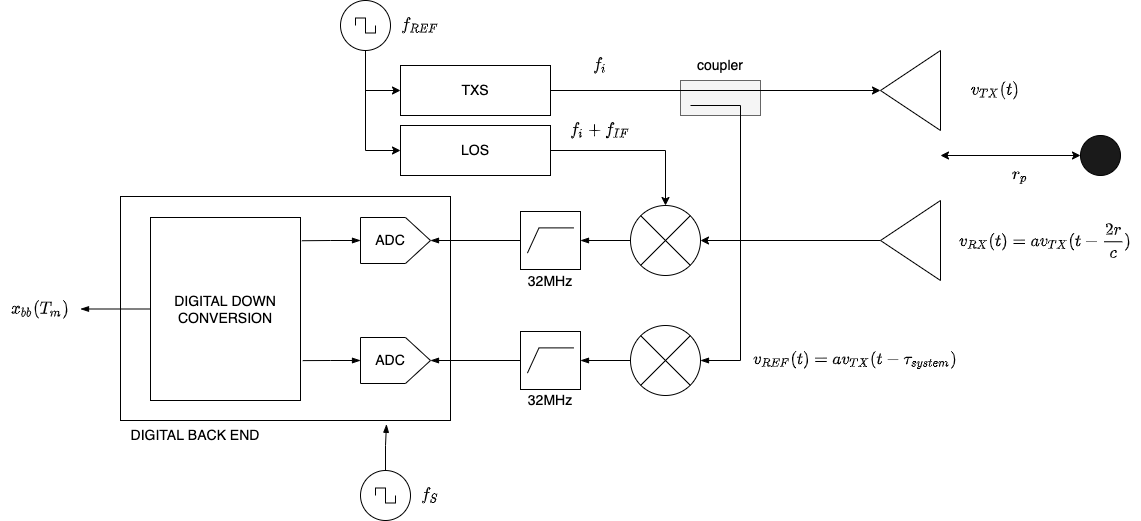
Above: doc/assets/signal_processing_model.png in jleppert/radar_modelling (draw.io), before the change. Source tidied: cells renumbered, new cells last; positions are measured from the earlier drawing's top-left corner, leaving out a move shared by most shapes. Its diagram source:
```xml
<mxGraphModel math="1">
  <root>
    <mxCell id="0" />
    <mxCell id="1" parent="0" />
    <mxCell id="2" style="rounded=0;whiteSpace=wrap;html=1;fontSize=14;fillColor=none;" parent="1" vertex="1">
      <mxGeometry x="120" y="196" width="330" height="224" as="geometry" />
    </mxCell>
    <mxCell id="3" style="rounded=0;whiteSpace=wrap;html=1;fontSize=14;fillColor=#f5f5f5;fontColor=#333333;strokeColor=#666666;" parent="1" vertex="1">
      <mxGeometry x="680" y="80" width="80" height="35" as="geometry" />
    </mxCell>
    <mxCell id="4" style="edgeStyle=orthogonalEdgeStyle;rounded=0;jettySize=auto;html=1;entryX=1;entryY=0.5;entryDx=0;entryDy=0;entryPerimeter=0;fontSize=14;startArrow=none;startFill=0;endArrow=blockThin;endFill=1;" parent="1" edge="1" source="5" target="30">
      <mxGeometry relative="1" as="geometry" />
    </mxCell>
    <mxCell id="5" style="verticalLabelPosition=bottom;shadow=0;dashed=0;align=center;html=1;verticalAlign=top;shape=mxgraph.electrical.abstract.multiplier;" parent="1" vertex="1">
      <mxGeometry x="630" y="205" width="70" height="70" as="geometry" />
    </mxCell>
    <mxCell id="6" style="edgeStyle=orthogonalEdgeStyle;rounded=0;jettySize=auto;html=1;entryX=1;entryY=0.5;entryDx=0;entryDy=0;fontSize=14;" parent="1" edge="1" source="7" target="8">
      <mxGeometry relative="1" as="geometry" />
    </mxCell>
    <mxCell id="7" value="TXS" style="rounded=0;whiteSpace=wrap;html=1;fontSize=14;" parent="1" vertex="1">
      <mxGeometry x="400" y="65" width="150" height="50" as="geometry" />
    </mxCell>
    <mxCell id="8" style="triangle;whiteSpace=wrap;html=1;fontSize=14;rotation=-180;" parent="1" vertex="1">
      <mxGeometry x="880" y="50" width="60" height="80" as="geometry" />
    </mxCell>
    <mxCell id="9" style="edgeStyle=orthogonalEdgeStyle;rounded=0;jettySize=auto;html=1;entryX=1;entryY=0.5;entryDx=0;entryDy=0;entryPerimeter=0;fontSize=14;" parent="1" edge="1" source="10" target="5">
      <mxGeometry relative="1" as="geometry" />
    </mxCell>
    <mxCell id="10" style="triangle;whiteSpace=wrap;html=1;fontSize=14;rotation=-180;" parent="1" vertex="1">
      <mxGeometry x="880" y="200" width="60" height="80" as="geometry" />
    </mxCell>
    <mxCell id="11" style="edgeStyle=orthogonalEdgeStyle;rounded=0;jettySize=auto;html=1;entryX=0.5;entryY=0;entryDx=0;entryDy=0;entryPerimeter=0;fontSize=14;" parent="1" edge="1" source="12" target="5">
      <mxGeometry relative="1" as="geometry" />
    </mxCell>
    <mxCell id="12" value="LOS" style="rounded=0;whiteSpace=wrap;html=1;fontSize=14;" parent="1" vertex="1">
      <mxGeometry x="400" y="125" width="150" height="50" as="geometry" />
    </mxCell>
    <mxCell id="13" style="edgeStyle=orthogonalEdgeStyle;rounded=0;jettySize=auto;html=1;entryX=1;entryY=0.5;entryDx=0;entryDy=0;entryPerimeter=0;fontSize=14;startArrow=none;startFill=0;endArrow=blockThin;endFill=1;" parent="1" edge="1" source="14" target="32">
      <mxGeometry relative="1" as="geometry" />
    </mxCell>
    <mxCell id="14" style="verticalLabelPosition=bottom;shadow=0;dashed=0;align=center;html=1;verticalAlign=top;shape=mxgraph.electrical.abstract.multiplier;" parent="1" vertex="1">
      <mxGeometry x="630" y="325" width="70" height="70" as="geometry" />
    </mxCell>
    <mxCell id="15" style="endArrow=none;html=1;rounded=0;fontSize=14;" parent="1" edge="1">
      <mxGeometry relative="1" as="geometry">
        <mxPoint x="690" y="105" as="sourcePoint" />
        <mxPoint x="740" y="105" as="targetPoint" />
      </mxGeometry>
    </mxCell>
    <mxCell id="16" style="endArrow=none;html=1;rounded=0;fontSize=14;exitX=1;exitY=0.5;exitDx=0;exitDy=0;exitPerimeter=0;horizontal=1;endFill=0;startArrow=blockThin;startFill=1;" parent="1" edge="1" source="14">
      <mxGeometry relative="1" as="geometry">
        <mxPoint x="740" y="105" as="targetPoint" />
        <Array as="points">
          <mxPoint x="740" y="360" />
        </Array>
      </mxGeometry>
    </mxCell>
    <mxCell id="17" value="coupler" style="text;html=1;strokeColor=none;fillColor=none;align=center;verticalAlign=middle;whiteSpace=wrap;rounded=0;fontSize=14;" parent="1" vertex="1">
      <mxGeometry x="690" y="50" width="60" height="30" as="geometry" />
    </mxCell>
    <mxCell id="18" style="ellipse;whiteSpace=wrap;html=1;fontSize=14;fillColor=#1A1A1A;" parent="1" vertex="1">
      <mxGeometry x="1080" y="135" width="40" height="40" as="geometry" />
    </mxCell>
    <mxCell id="19" style="endArrow=classic;startArrow=classic;html=1;rounded=0;fontSize=14;entryX=0;entryY=0.5;entryDx=0;entryDy=0;" parent="1" edge="1" target="18">
      <mxGeometry relative="1" as="geometry">
        <mxPoint x="940" y="155" as="sourcePoint" />
      </mxGeometry>
    </mxCell>
    <mxCell id="20" value="$$r_p$$" style="text;html=1;strokeColor=none;fillColor=none;align=center;verticalAlign=middle;whiteSpace=wrap;rounded=0;fontSize=14;" parent="1" vertex="1">
      <mxGeometry x="990" y="160" width="60" height="30" as="geometry" />
    </mxCell>
    <mxCell id="21" value="$$v_{TX}(t)$$" style="text;html=1;strokeColor=none;fillColor=none;align=center;verticalAlign=middle;whiteSpace=wrap;rounded=0;fontSize=14;" parent="1" vertex="1">
      <mxGeometry x="900" y="75" width="190" height="30" as="geometry" />
    </mxCell>
    <mxCell id="22" value="$$v_{RX}(t) = av_{TX}(t-\frac{2r}{c})$$" style="text;html=1;strokeColor=none;fillColor=none;align=center;verticalAlign=middle;whiteSpace=wrap;rounded=0;fontSize=14;" parent="1" vertex="1">
      <mxGeometry x="950" y="225" width="190" height="30" as="geometry" />
    </mxCell>
    <mxCell id="23" value="$$v_{REF}(t) = av_{TX}(t-\tau_{system})$$" style="text;html=1;strokeColor=none;fillColor=none;align=center;verticalAlign=middle;whiteSpace=wrap;rounded=0;fontSize=14;" parent="1" vertex="1">
      <mxGeometry x="760" y="345" width="190" height="30" as="geometry" />
    </mxCell>
    <mxCell id="24" value="$$f_i$$" style="text;html=1;strokeColor=none;fillColor=none;align=center;verticalAlign=middle;whiteSpace=wrap;rounded=0;fontSize=14;" parent="1" vertex="1">
      <mxGeometry x="570" y="50" width="60" height="30" as="geometry" />
    </mxCell>
    <mxCell id="25" value="$$f_i+f_{IF}$$" style="text;html=1;strokeColor=none;fillColor=none;align=center;verticalAlign=middle;whiteSpace=wrap;rounded=0;fontSize=14;" parent="1" vertex="1">
      <mxGeometry x="570" y="115" width="60" height="30" as="geometry" />
    </mxCell>
    <mxCell id="26" style="verticalLabelPosition=bottom;shadow=0;dashed=0;align=center;html=1;verticalAlign=top;shape=mxgraph.electrical.signal_sources.source;points=[[0.5,0,0],[1,0.5,0],[0.5,1,0],[0,0.5,0]];elSignalType=square;fillColor=default;" parent="1" vertex="1">
      <mxGeometry x="340" width="50" height="50" as="geometry" />
    </mxCell>
    <mxCell id="27" style="endArrow=classic;html=1;rounded=0;fontSize=14;exitX=0.5;exitY=1;exitDx=0;exitDy=0;exitPerimeter=0;entryX=0;entryY=0.5;entryDx=0;entryDy=0;" parent="1" edge="1" source="26" target="12">
      <mxGeometry relative="1" as="geometry">
        <Array as="points">
          <mxPoint x="365" y="150" />
        </Array>
      </mxGeometry>
    </mxCell>
    <mxCell id="28" style="endArrow=classic;html=1;rounded=0;fontSize=14;entryX=0;entryY=0.5;entryDx=0;entryDy=0;exitX=0.5;exitY=1;exitDx=0;exitDy=0;exitPerimeter=0;" parent="1" edge="1" source="26" target="7">
      <mxGeometry relative="1" as="geometry">
        <Array as="points">
          <mxPoint x="365" y="90" />
        </Array>
      </mxGeometry>
    </mxCell>
    <mxCell id="29" style="edgeStyle=orthogonalEdgeStyle;rounded=0;jettySize=auto;html=1;entryX=1;entryY=0.5;entryDx=0;entryDy=0;entryPerimeter=0;fontSize=14;startArrow=none;startFill=0;endArrow=blockThin;endFill=1;" parent="1" edge="1" source="30" target="36">
      <mxGeometry relative="1" as="geometry" />
    </mxCell>
    <mxCell id="30" style="verticalLabelPosition=bottom;shadow=0;dashed=0;align=center;html=1;verticalAlign=top;shape=mxgraph.electrical.logic_gates.highpass_filter;fontSize=14;fillColor=none;" parent="1" vertex="1">
      <mxGeometry x="520" y="211" width="60" height="58" as="geometry" />
    </mxCell>
    <mxCell id="31" style="edgeStyle=orthogonalEdgeStyle;rounded=0;jettySize=auto;html=1;entryX=1;entryY=0.5;entryDx=0;entryDy=0;entryPerimeter=0;fontSize=14;startArrow=none;startFill=0;endArrow=blockThin;endFill=1;" parent="1" edge="1" source="32" target="39">
      <mxGeometry relative="1" as="geometry" />
    </mxCell>
    <mxCell id="32" style="verticalLabelPosition=bottom;shadow=0;dashed=0;align=center;html=1;verticalAlign=top;shape=mxgraph.electrical.logic_gates.highpass_filter;fontSize=14;fillColor=none;" parent="1" vertex="1">
      <mxGeometry x="520" y="331" width="60" height="58" as="geometry" />
    </mxCell>
    <mxCell id="33" value="32MHz" style="text;html=1;strokeColor=none;fillColor=none;align=center;verticalAlign=middle;whiteSpace=wrap;rounded=0;fontSize=14;" parent="1" vertex="1">
      <mxGeometry x="520" y="269" width="60" height="25" as="geometry" />
    </mxCell>
    <mxCell id="34" value="32MHz" style="text;html=1;strokeColor=none;fillColor=none;align=center;verticalAlign=middle;whiteSpace=wrap;rounded=0;fontSize=14;" parent="1" vertex="1">
      <mxGeometry x="520" y="390" width="60" height="20" as="geometry" />
    </mxCell>
    <mxCell id="35" style="group;" parent="1" vertex="1">
      <mxGeometry x="360" y="217" width="70" height="46" as="geometry" />
    </mxCell>
    <mxCell id="36" style="verticalLabelPosition=bottom;shadow=0;dashed=0;align=center;html=1;verticalAlign=top;shape=mxgraph.electrical.abstract.dac;fontSize=14;fillColor=none;" parent="35" vertex="1">
      <mxGeometry width="70" height="46" as="geometry" />
    </mxCell>
    <mxCell id="37" value="ADC" style="text;html=1;strokeColor=none;fillColor=none;align=center;verticalAlign=middle;whiteSpace=wrap;rounded=0;fontSize=14;" parent="35" vertex="1">
      <mxGeometry y="8" width="60" height="30" as="geometry" />
    </mxCell>
    <mxCell id="38" style="group;" parent="1" vertex="1">
      <mxGeometry x="360" y="337" width="70" height="46" as="geometry" />
    </mxCell>
    <mxCell id="39" style="verticalLabelPosition=bottom;shadow=0;dashed=0;align=center;html=1;verticalAlign=top;shape=mxgraph.electrical.abstract.dac;fontSize=14;fillColor=none;" parent="38" vertex="1">
      <mxGeometry width="70" height="46" as="geometry" />
    </mxCell>
    <mxCell id="40" value="ADC" style="text;html=1;strokeColor=none;fillColor=none;align=center;verticalAlign=middle;whiteSpace=wrap;rounded=0;fontSize=14;" parent="38" vertex="1">
      <mxGeometry y="8" width="60" height="30" as="geometry" />
    </mxCell>
    <mxCell id="41" style="edgeStyle=orthogonalEdgeStyle;rounded=0;jettySize=auto;html=1;fontSize=14;startArrow=none;startFill=0;endArrow=blockThin;endFill=1;" parent="1" edge="1" source="42" target="45">
      <mxGeometry relative="1" as="geometry" />
    </mxCell>
    <mxCell id="42" value="DIGITAL DOWN CONVERSION" style="rounded=0;whiteSpace=wrap;html=1;fontSize=14;fillColor=none;" parent="1" vertex="1">
      <mxGeometry x="150" y="217" width="150" height="183" as="geometry" />
    </mxCell>
    <mxCell id="43" style="edgeStyle=orthogonalEdgeStyle;rounded=0;jettySize=auto;html=1;entryX=1.009;entryY=0.127;entryDx=0;entryDy=0;entryPerimeter=0;fontSize=14;startArrow=blockThin;startFill=1;endArrow=none;endFill=0;" parent="1" edge="1" source="37" target="42">
      <mxGeometry relative="1" as="geometry" />
    </mxCell>
    <mxCell id="44" style="edgeStyle=orthogonalEdgeStyle;rounded=0;jettySize=auto;html=1;entryX=1.015;entryY=0.782;entryDx=0;entryDy=0;entryPerimeter=0;fontSize=14;startArrow=blockThin;startFill=1;endArrow=none;endFill=0;" parent="1" edge="1" source="40" target="42">
      <mxGeometry relative="1" as="geometry" />
    </mxCell>
    <mxCell id="45" value="$$x_{bb}(T_m)$$" style="text;html=1;strokeColor=none;fillColor=none;align=center;verticalAlign=middle;whiteSpace=wrap;rounded=0;fontSize=14;" parent="1" vertex="1">
      <mxGeometry y="293.5" width="80" height="30" as="geometry" />
    </mxCell>
    <mxCell id="46" style="edgeStyle=orthogonalEdgeStyle;rounded=0;jettySize=auto;html=1;entryX=0.806;entryY=1.017;entryDx=0;entryDy=0;entryPerimeter=0;fontSize=14;startArrow=none;startFill=0;endArrow=blockThin;endFill=1;" parent="1" edge="1" source="47" target="2">
      <mxGeometry relative="1" as="geometry" />
    </mxCell>
    <mxCell id="47" style="verticalLabelPosition=bottom;shadow=0;dashed=0;align=center;html=1;verticalAlign=top;shape=mxgraph.electrical.signal_sources.source;points=[[0.5,0,0],[1,0.5,0],[0.5,1,0],[0,0.5,0]];elSignalType=square;fillColor=default;" parent="1" vertex="1">
      <mxGeometry x="360" y="470" width="50" height="50" as="geometry" />
    </mxCell>
    <mxCell id="48" value="DIGITAL BACK END" style="text;html=1;strokeColor=none;fillColor=none;align=center;verticalAlign=middle;whiteSpace=wrap;rounded=0;fontSize=14;" parent="1" vertex="1">
      <mxGeometry x="120" y="420" width="150" height="30" as="geometry" />
    </mxCell>
    <mxCell id="49" value="$$f_{REF}$$" style="text;html=1;strokeColor=none;fillColor=none;align=center;verticalAlign=middle;whiteSpace=wrap;rounded=0;fontSize=14;" parent="1" vertex="1">
      <mxGeometry x="390" y="10" width="60" height="30" as="geometry" />
    </mxCell>
    <mxCell id="50" value="$$f_{S}$$" style="text;html=1;strokeColor=none;fillColor=none;align=center;verticalAlign=middle;whiteSpace=wrap;rounded=0;fontSize=14;" parent="1" vertex="1">
      <mxGeometry x="400" y="480" width="60" height="30" as="geometry" />
    </mxCell>
  </root>
</mxGraphModel>
```
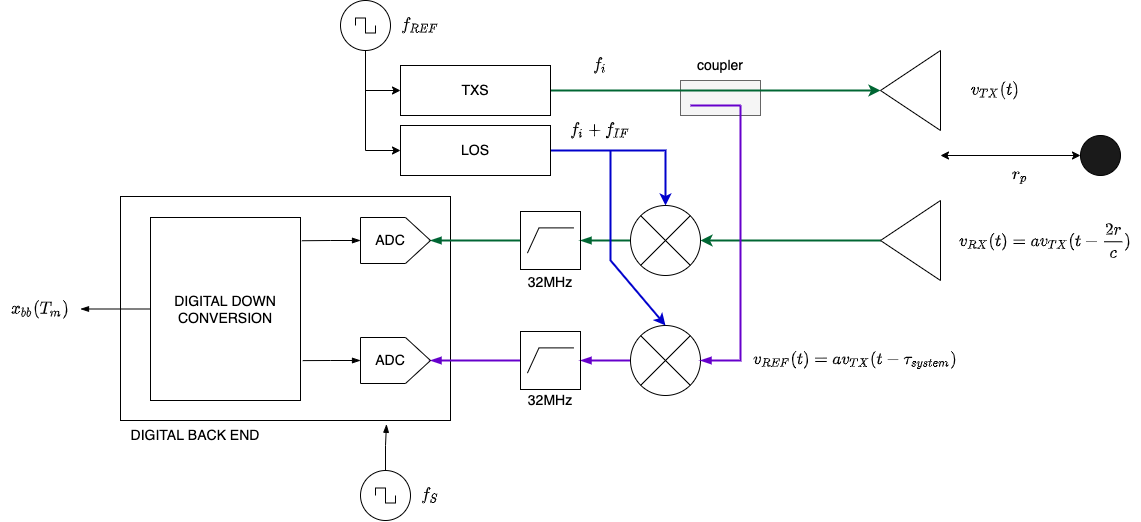
Later version of the same file.

Commit message:
Fixed system diagram and added some more text

Change to the diagram source:
```diff
@@ -8,13 +8,13 @@
     <mxCell id="3" style="rounded=0;whiteSpace=wrap;html=1;fontSize=14;fillColor=#f5f5f5;fontColor=#333333;strokeColor=#666666;" parent="1" vertex="1">
       <mxGeometry x="680" y="80" width="80" height="35" as="geometry" />
     </mxCell>
-    <mxCell id="4" style="edgeStyle=orthogonalEdgeStyle;rounded=0;jettySize=auto;html=1;entryX=1;entryY=0.5;entryDx=0;entryDy=0;entryPerimeter=0;fontSize=14;startArrow=none;startFill=0;endArrow=blockThin;endFill=1;" parent="1" edge="1" source="5" target="30">
+    <mxCell id="4" style="edgeStyle=orthogonalEdgeStyle;rounded=0;jettySize=auto;html=1;entryX=1;entryY=0.5;entryDx=0;entryDy=0;entryPerimeter=0;fontSize=14;startArrow=none;startFill=0;endArrow=blockThin;endFill=1;strokeColor=#006633;strokeWidth=2;" parent="1" edge="1" source="5" target="30">
       <mxGeometry relative="1" as="geometry" />
     </mxCell>
     <mxCell id="5" style="verticalLabelPosition=bottom;shadow=0;dashed=0;align=center;html=1;verticalAlign=top;shape=mxgraph.electrical.abstract.multiplier;" parent="1" vertex="1">
       <mxGeometry x="630" y="205" width="70" height="70" as="geometry" />
     </mxCell>
-    <mxCell id="6" style="edgeStyle=orthogonalEdgeStyle;rounded=0;jettySize=auto;html=1;entryX=1;entryY=0.5;entryDx=0;entryDy=0;fontSize=14;" parent="1" edge="1" source="7" target="8">
+    <mxCell id="6" style="edgeStyle=orthogonalEdgeStyle;rounded=0;jettySize=auto;html=1;entryX=1;entryY=0.5;entryDx=0;entryDy=0;fontSize=14;strokeColor=#006633;strokeWidth=2;" parent="1" edge="1" source="7" target="8">
       <mxGeometry relative="1" as="geometry" />
     </mxCell>
     <mxCell id="7" value="TXS" style="rounded=0;whiteSpace=wrap;html=1;fontSize=14;" parent="1" vertex="1">
@@ -23,31 +23,31 @@
     <mxCell id="8" style="triangle;whiteSpace=wrap;html=1;fontSize=14;rotation=-180;" parent="1" vertex="1">
       <mxGeometry x="880" y="50" width="60" height="80" as="geometry" />
     </mxCell>
-    <mxCell id="9" style="edgeStyle=orthogonalEdgeStyle;rounded=0;jettySize=auto;html=1;entryX=1;entryY=0.5;entryDx=0;entryDy=0;entryPerimeter=0;fontSize=14;" parent="1" edge="1" source="10" target="5">
+    <mxCell id="9" style="edgeStyle=orthogonalEdgeStyle;rounded=0;jettySize=auto;html=1;entryX=1;entryY=0.5;entryDx=0;entryDy=0;entryPerimeter=0;fontSize=14;strokeColor=#006633;strokeWidth=2;" parent="1" edge="1" source="10" target="5">
       <mxGeometry relative="1" as="geometry" />
     </mxCell>
     <mxCell id="10" style="triangle;whiteSpace=wrap;html=1;fontSize=14;rotation=-180;" parent="1" vertex="1">
       <mxGeometry x="880" y="200" width="60" height="80" as="geometry" />
     </mxCell>
-    <mxCell id="11" style="edgeStyle=orthogonalEdgeStyle;rounded=0;jettySize=auto;html=1;entryX=0.5;entryY=0;entryDx=0;entryDy=0;entryPerimeter=0;fontSize=14;" parent="1" edge="1" source="12" target="5">
+    <mxCell id="11" style="edgeStyle=orthogonalEdgeStyle;rounded=0;jettySize=auto;html=1;entryX=0.5;entryY=0;entryDx=0;entryDy=0;entryPerimeter=0;fontSize=14;strokeColor=#0000CC;strokeWidth=2;" parent="1" edge="1" source="12" target="5">
       <mxGeometry relative="1" as="geometry" />
     </mxCell>
     <mxCell id="12" value="LOS" style="rounded=0;whiteSpace=wrap;html=1;fontSize=14;" parent="1" vertex="1">
       <mxGeometry x="400" y="125" width="150" height="50" as="geometry" />
     </mxCell>
-    <mxCell id="13" style="edgeStyle=orthogonalEdgeStyle;rounded=0;jettySize=auto;html=1;entryX=1;entryY=0.5;entryDx=0;entryDy=0;entryPerimeter=0;fontSize=14;startArrow=none;startFill=0;endArrow=blockThin;endFill=1;" parent="1" edge="1" source="14" target="32">
+    <mxCell id="13" style="edgeStyle=orthogonalEdgeStyle;rounded=0;jettySize=auto;html=1;entryX=1;entryY=0.5;entryDx=0;entryDy=0;entryPerimeter=0;fontSize=14;startArrow=none;startFill=0;endArrow=blockThin;endFill=1;strokeColor=#6600CC;strokeWidth=2;" parent="1" edge="1" source="14" target="32">
       <mxGeometry relative="1" as="geometry" />
     </mxCell>
     <mxCell id="14" style="verticalLabelPosition=bottom;shadow=0;dashed=0;align=center;html=1;verticalAlign=top;shape=mxgraph.electrical.abstract.multiplier;" parent="1" vertex="1">
       <mxGeometry x="630" y="325" width="70" height="70" as="geometry" />
     </mxCell>
-    <mxCell id="15" style="endArrow=none;html=1;rounded=0;fontSize=14;" parent="1" edge="1">
+    <mxCell id="15" style="endArrow=none;html=1;rounded=0;fontSize=14;strokeColor=#6600CC;strokeWidth=2;" parent="1" edge="1">
       <mxGeometry relative="1" as="geometry">
         <mxPoint x="690" y="105" as="sourcePoint" />
         <mxPoint x="740" y="105" as="targetPoint" />
       </mxGeometry>
     </mxCell>
-    <mxCell id="16" style="endArrow=none;html=1;rounded=0;fontSize=14;exitX=1;exitY=0.5;exitDx=0;exitDy=0;exitPerimeter=0;horizontal=1;endFill=0;startArrow=blockThin;startFill=1;" parent="1" edge="1" source="14">
+    <mxCell id="16" style="endArrow=none;html=1;rounded=0;fontSize=14;exitX=1;exitY=0.5;exitDx=0;exitDy=0;exitPerimeter=0;horizontal=1;endFill=0;startArrow=blockThin;startFill=1;strokeColor=#6600CC;strokeWidth=2;" parent="1" edge="1" source="14">
       <mxGeometry relative="1" as="geometry">
         <mxPoint x="740" y="105" as="targetPoint" />
         <Array as="points">
@@ -101,13 +101,13 @@
         </Array>
       </mxGeometry>
     </mxCell>
-    <mxCell id="29" style="edgeStyle=orthogonalEdgeStyle;rounded=0;jettySize=auto;html=1;entryX=1;entryY=0.5;entryDx=0;entryDy=0;entryPerimeter=0;fontSize=14;startArrow=none;startFill=0;endArrow=blockThin;endFill=1;" parent="1" edge="1" source="30" target="36">
+    <mxCell id="29" style="edgeStyle=orthogonalEdgeStyle;rounded=0;jettySize=auto;html=1;entryX=1;entryY=0.5;entryDx=0;entryDy=0;entryPerimeter=0;fontSize=14;startArrow=none;startFill=0;endArrow=blockThin;endFill=1;strokeColor=#006633;strokeWidth=2;" parent="1" edge="1" source="30" target="36">
       <mxGeometry relative="1" as="geometry" />
     </mxCell>
     <mxCell id="30" style="verticalLabelPosition=bottom;shadow=0;dashed=0;align=center;html=1;verticalAlign=top;shape=mxgraph.electrical.logic_gates.highpass_filter;fontSize=14;fillColor=none;" parent="1" vertex="1">
       <mxGeometry x="520" y="211" width="60" height="58" as="geometry" />
     </mxCell>
-    <mxCell id="31" style="edgeStyle=orthogonalEdgeStyle;rounded=0;jettySize=auto;html=1;entryX=1;entryY=0.5;entryDx=0;entryDy=0;entryPerimeter=0;fontSize=14;startArrow=none;startFill=0;endArrow=blockThin;endFill=1;" parent="1" edge="1" source="32" target="39">
+    <mxCell id="31" style="edgeStyle=orthogonalEdgeStyle;rounded=0;jettySize=auto;html=1;entryX=1;entryY=0.5;entryDx=0;entryDy=0;entryPerimeter=0;fontSize=14;startArrow=none;startFill=0;endArrow=blockThin;endFill=1;strokeColor=#6600CC;strokeWidth=2;" parent="1" edge="1" source="32" target="39">
       <mxGeometry relative="1" as="geometry" />
     </mxCell>
     <mxCell id="32" style="verticalLabelPosition=bottom;shadow=0;dashed=0;align=center;html=1;verticalAlign=top;shape=mxgraph.electrical.logic_gates.highpass_filter;fontSize=14;fillColor=none;" parent="1" vertex="1">
@@ -167,5 +167,13 @@
     <mxCell id="50" value="$$f_{S}$$" style="text;html=1;strokeColor=none;fillColor=none;align=center;verticalAlign=middle;whiteSpace=wrap;rounded=0;fontSize=14;" parent="1" vertex="1">
       <mxGeometry x="400" y="480" width="60" height="30" as="geometry" />
     </mxCell>
+    <mxCell id="51" style="endArrow=classic;html=1;rounded=0;fontSize=14;entryX=0.5;entryY=0;entryDx=0;entryDy=0;entryPerimeter=0;strokeColor=#0000CC;strokeWidth=2;" parent="1" edge="1" target="14">
+      <mxGeometry relative="1" as="geometry">
+        <mxPoint x="610" y="150" as="sourcePoint" />
+        <Array as="points">
+          <mxPoint x="610" y="260" />
+        </Array>
+      </mxGeometry>
+    </mxCell>
   </root>
 </mxGraphModel>
```
